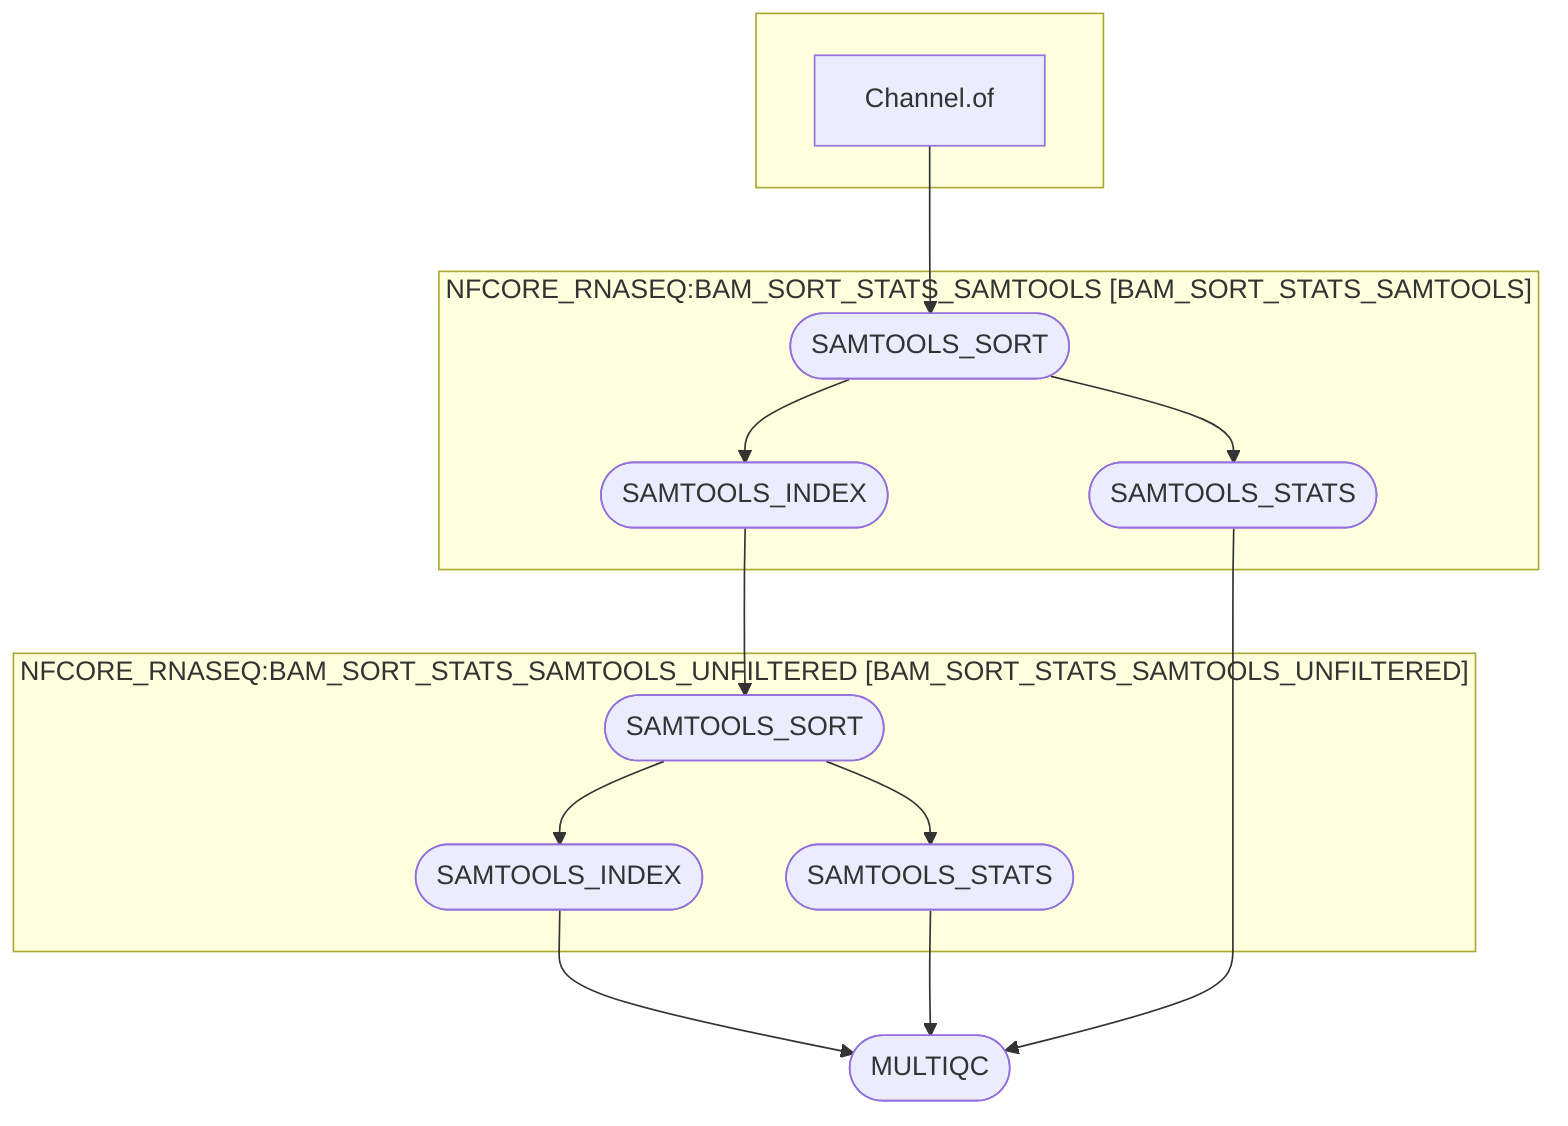
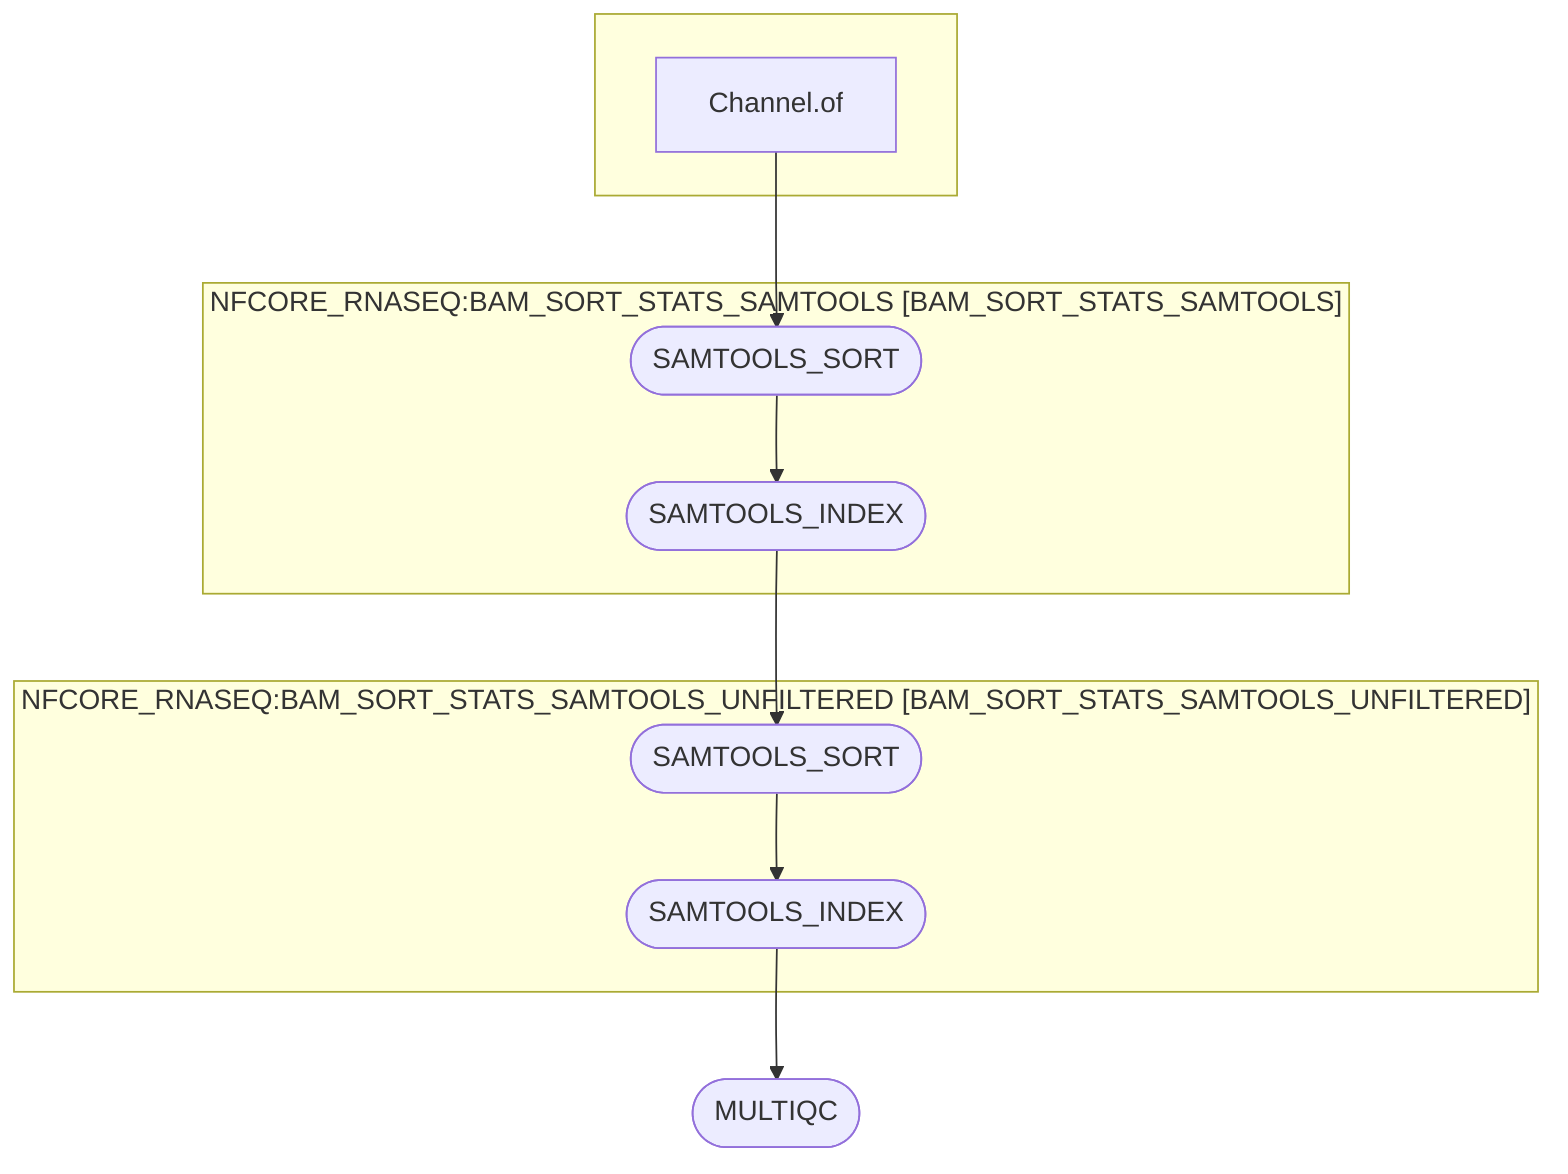
flowchart TB
    subgraph " "
    v0["Channel.of"]
    end
    subgraph "NFCORE_RNASEQ:BAM_SORT_STATS_SAMTOOLS [BAM_SORT_STATS_SAMTOOLS]"
    v1(["SAMTOOLS_SORT"])
    v2(["SAMTOOLS_INDEX"])
-     v3(["SAMTOOLS_STATS"])
    end
    subgraph "NFCORE_RNASEQ:BAM_SORT_STATS_SAMTOOLS_UNFILTERED [BAM_SORT_STATS_SAMTOOLS_UNFILTERED]"
-     v4(["SAMTOOLS_SORT"])
-     v5(["SAMTOOLS_INDEX"])
-     v6(["SAMTOOLS_STATS"])
+     v3(["SAMTOOLS_SORT"])
+     v4(["SAMTOOLS_INDEX"])
    end
-     v7(["MULTIQC"])
+     v5(["MULTIQC"])
    v0 --> v1
    v1 --> v2
-     v1 --> v3
-     v2 --> v4
+     v2 --> v3
+     v3 --> v4
    v4 --> v5
-     v4 --> v6
-     v5 --> v7
-     v6 --> v7
-     v3 --> v7
